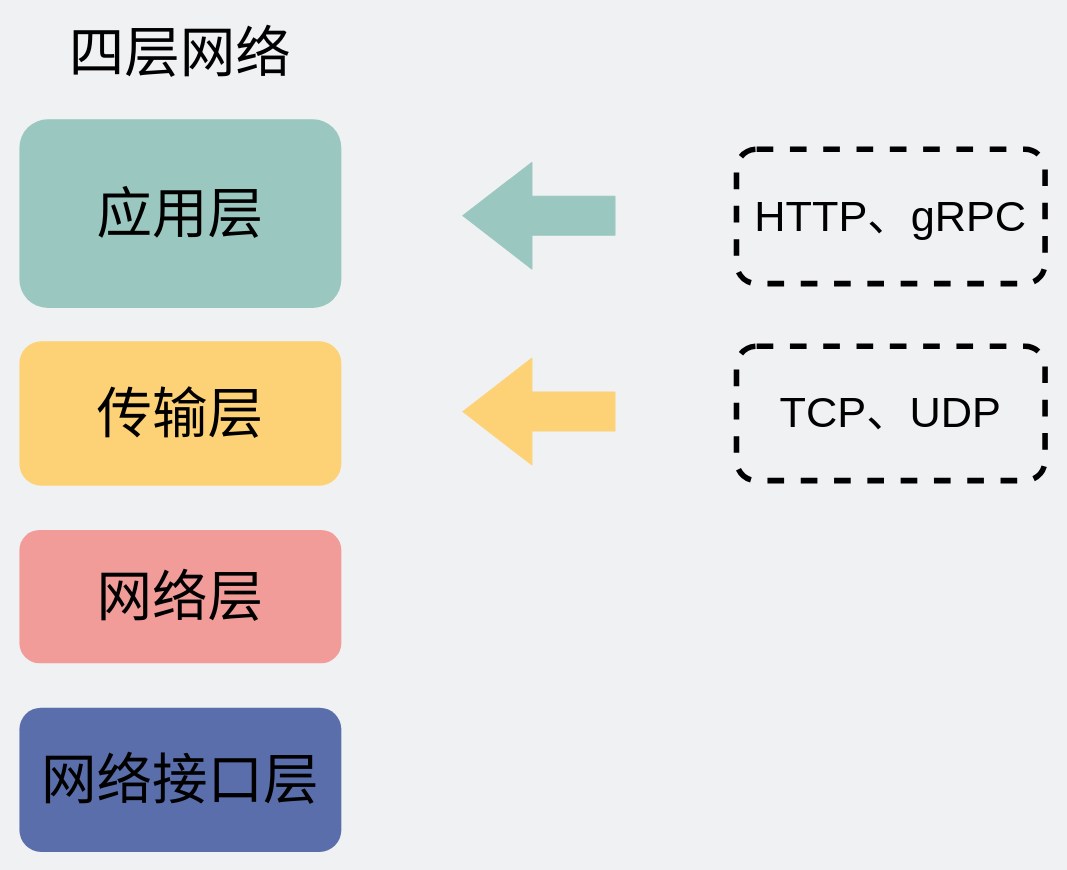
Above: network/四层网络协议.drawio in xiaobaiTech/image (draw.io), before the change. Source tidied: cells renumbered, new cells numbered last; positions are measured from the earlier drawing's top-left corner, leaving out a move shared by most shapes. Both pictures are drawn from the tidied source at 111%, with x=0, y=0 at pixel (19, 41).
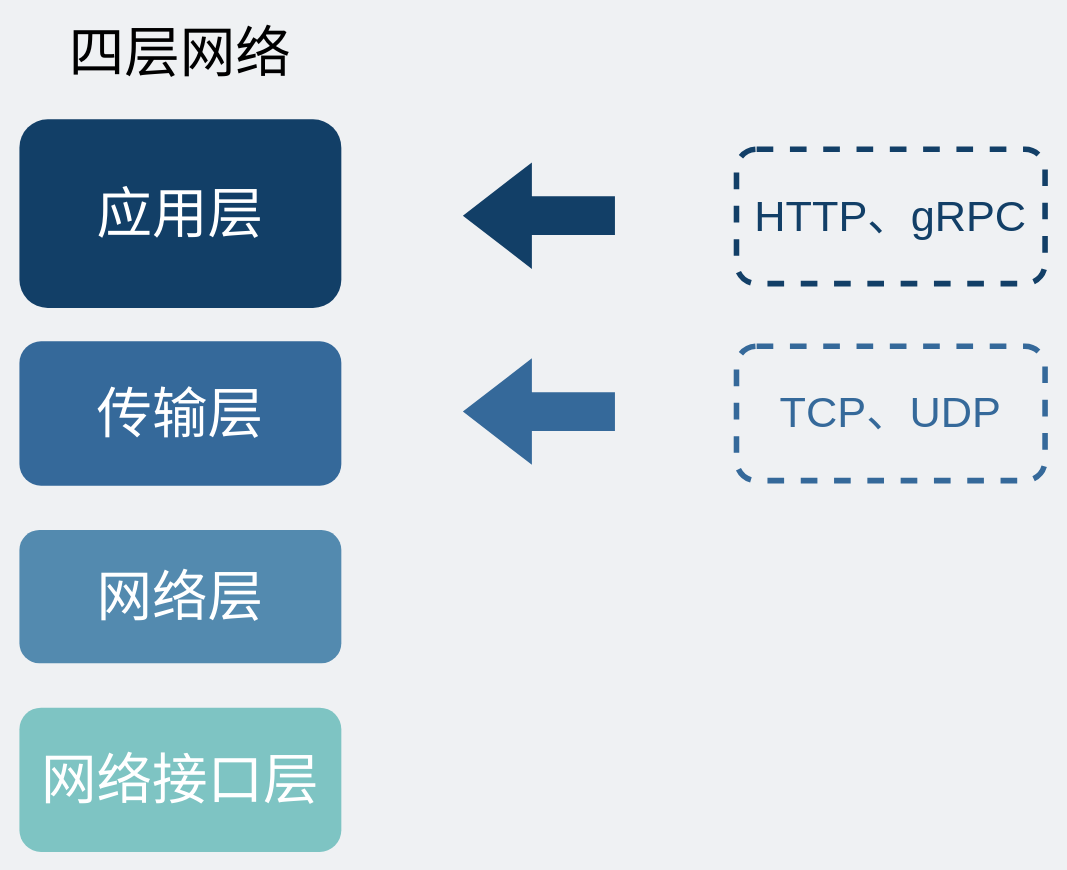
The same diagram, later.

Commit message:
Update 四层网络协议.drawio

Change to the diagram source:
```diff
@@
 <mxGraphModel background="#EFF1F3">
   <root>
     <mxCell id="0" />
     <mxCell id="1" parent="0" />
-    <mxCell id="2" value="&lt;span style=&quot;color: rgb(0, 0, 0); font-size: 39px;&quot;&gt;TCP、UDP&lt;/span&gt;" style="rounded=1;whiteSpace=wrap;html=1;fontColor=#4A919B;fillColor=none;strokeWidth=5;dashed=1;" parent="1" vertex="1">
+    <mxCell id="2" value="&lt;span style=&quot;font-size: 39px;&quot;&gt;&lt;font color=&quot;#35699a&quot;&gt;TCP、UDP&lt;/font&gt;&lt;/span&gt;" style="rounded=1;whiteSpace=wrap;html=1;fontColor=#4A919B;fillColor=none;strokeWidth=5;dashed=1;strokeColor=#35699A;" parent="1" vertex="1">
       <mxGeometry x="646" y="274.5" width="278" height="121" as="geometry" />
     </mxCell>
-    <mxCell id="3" value="&lt;font style=&quot;font-size: 50px&quot;&gt;应用层&lt;/font&gt;" style="rounded=1;whiteSpace=wrap;html=1;strokeWidth=5;fontColor=none;fillColor=#9AC7BF;strokeColor=none;" parent="1" vertex="1">
+    <mxCell id="3" value="&lt;font style=&quot;font-size: 50px&quot;&gt;应用层&lt;/font&gt;" style="rounded=1;whiteSpace=wrap;html=1;strokeWidth=5;fontColor=#FFFFFF;fillColor=#123F67;strokeColor=none;" parent="1" vertex="1">
       <mxGeometry y="70" width="290" height="170" as="geometry" />
     </mxCell>
-    <mxCell id="4" value="&lt;font style=&quot;font-size: 50px&quot;&gt;传输层&lt;/font&gt;" style="rounded=1;whiteSpace=wrap;html=1;strokeWidth=5;fontColor=none;fillColor=#FDD276;strokeColor=none;" parent="1" vertex="1">
+    <mxCell id="4" value="&lt;font style=&quot;font-size: 50px&quot;&gt;传输层&lt;/font&gt;" style="rounded=1;whiteSpace=wrap;html=1;strokeWidth=5;fontColor=#FFFFFF;fillColor=#35699A;strokeColor=none;" parent="1" vertex="1">
       <mxGeometry y="270" width="290" height="130" as="geometry" />
     </mxCell>
-    <mxCell id="5" value="&lt;span style=&quot;font-size: 50px&quot;&gt;网络层&lt;/span&gt;" style="rounded=1;whiteSpace=wrap;html=1;strokeWidth=5;fontColor=none;fillColor=#F19C99;strokeColor=none;" parent="1" vertex="1">
+    <mxCell id="5" value="&lt;span style=&quot;font-size: 50px&quot;&gt;网络层&lt;/span&gt;" style="rounded=1;whiteSpace=wrap;html=1;strokeWidth=5;fontColor=#FFFFFF;fillColor=#538AAF;strokeColor=none;" parent="1" vertex="1">
       <mxGeometry y="440" width="290" height="120" as="geometry" />
     </mxCell>
-    <mxCell id="6" value="&lt;span style=&quot;font-size: 50px&quot;&gt;网络接口层&lt;/span&gt;" style="rounded=1;whiteSpace=wrap;html=1;strokeWidth=5;fontColor=none;fillColor=#5A6EAB;strokeColor=none;" parent="1" vertex="1">
+    <mxCell id="6" value="&lt;span style=&quot;font-size: 50px&quot;&gt;网络接口层&lt;/span&gt;" style="rounded=1;whiteSpace=wrap;html=1;strokeWidth=5;fontColor=#FFFFFF;fillColor=#7EC4C3;strokeColor=none;" parent="1" vertex="1">
       <mxGeometry y="600" width="290" height="130" as="geometry" />
     </mxCell>
     <mxCell id="7" value="&lt;font style=&quot;font-size: 50px&quot;&gt;四层网络&lt;/font&gt;" style="text;html=1;strokeColor=none;fillColor=none;align=center;verticalAlign=middle;whiteSpace=wrap;rounded=0;" parent="1" vertex="1">
       <mxGeometry x="20" width="250" height="20" as="geometry" />
     </mxCell>
-    <mxCell id="8" style="shape=flexArrow;endArrow=classic;html=1;fontColor=#4A919B;endWidth=60;endSize=20.391666666666666;width=35;strokeColor=#FDD276;fillColor=#FDD276;" parent="1" edge="1">
+    <mxCell id="8" style="shape=flexArrow;endArrow=classic;html=1;fontColor=#4A919B;endWidth=60;endSize=20.391666666666666;width=35;strokeColor=none;fillColor=#35699A;" parent="1" edge="1">
       <mxGeometry relative="1" as="geometry">
         <mxPoint x="537" y="333.3" as="sourcePoint" />
         <mxPoint x="399" y="333.3" as="targetPoint" />
       </mxGeometry>
     </mxCell>
-    <mxCell id="9" value="&lt;span style=&quot;color: rgb(0, 0, 0); font-size: 39px;&quot;&gt;HTTP、gRPC&lt;/span&gt;" style="rounded=1;whiteSpace=wrap;html=1;fontColor=#4A919B;fillColor=none;strokeWidth=5;dashed=1;" parent="1" vertex="1">
+    <mxCell id="9" value="&lt;span style=&quot;font-size: 39px;&quot;&gt;&lt;font color=&quot;#123f67&quot;&gt;HTTP、gRPC&lt;/font&gt;&lt;/span&gt;" style="rounded=1;whiteSpace=wrap;html=1;fontColor=#4A919B;fillColor=none;strokeWidth=5;dashed=1;strokeColor=#123F67;" parent="1" vertex="1">
       <mxGeometry x="646" y="97" width="278" height="121" as="geometry" />
     </mxCell>
-    <mxCell id="10" style="shape=flexArrow;endArrow=classic;html=1;fontColor=#4A919B;endWidth=60;endSize=20.391666666666666;width=35;fillColor=#9AC7BF;strokeColor=#9AC7BF;" parent="1" edge="1">
+    <mxCell id="10" style="shape=flexArrow;endArrow=classic;html=1;fontColor=#123F67;endWidth=60;endSize=20.391666666666666;width=35;fillColor=#123F67;strokeColor=none;" parent="1" edge="1">
       <mxGeometry relative="1" as="geometry">
         <mxPoint x="537" y="156.8" as="sourcePoint" />
         <mxPoint x="399" y="156.8" as="targetPoint" />
       </mxGeometry>
     </mxCell>
   </root>
 </mxGraphModel>
```
